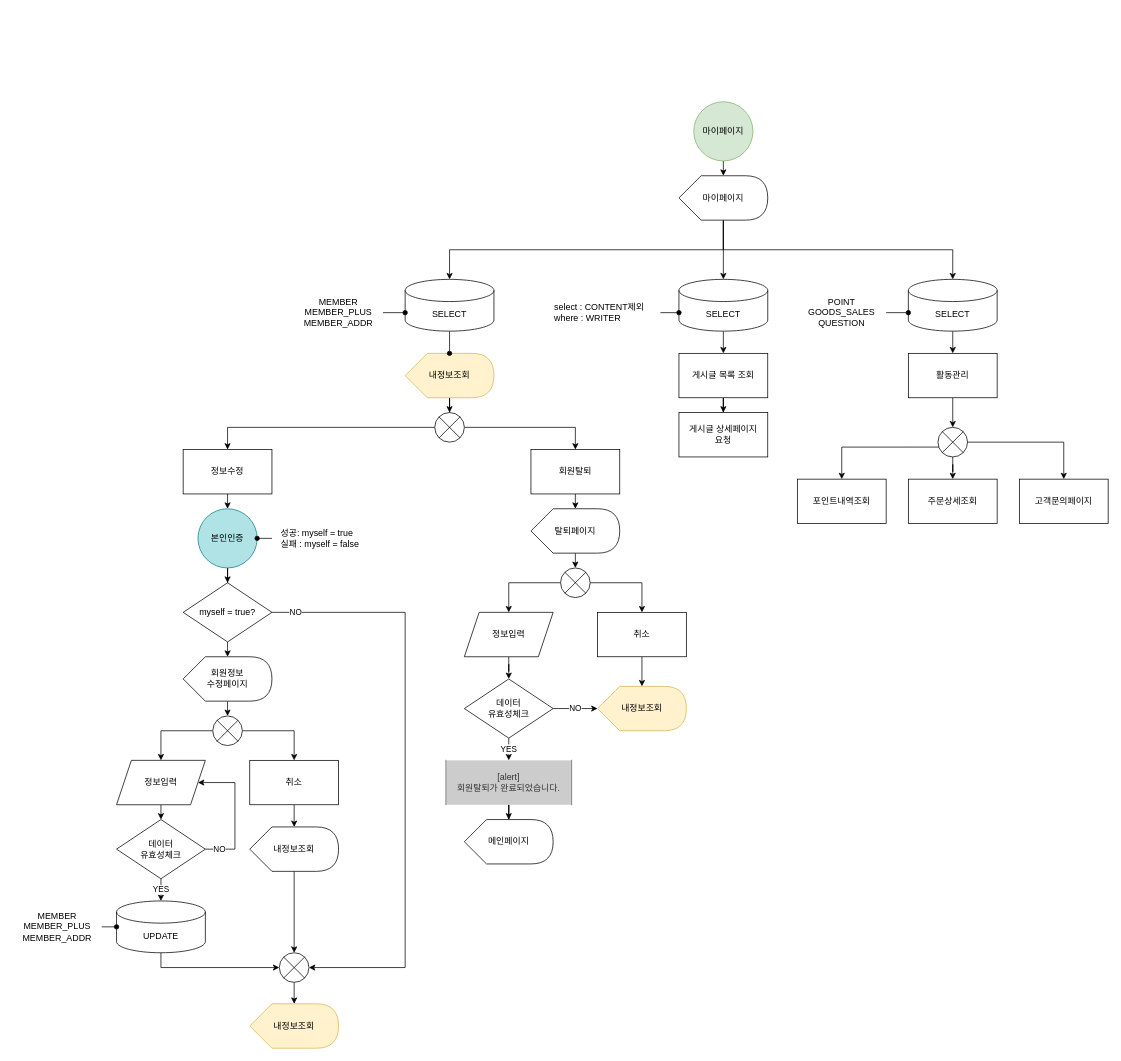
Earlier version of the draw.io diagram page "마이페이지" (7 of 8) of 설계/데이터흐름도/회원 flowchart(혜진).drawio (hjkim27/TEAM_Project). Source tidied: cells renumbered, new cells numbered last; positions are measured from the earlier drawing's top-left corner, leaving out a move shared by most shapes. Both pictures are drawn from the tidied source at 74%, with x=0, y=0 at pixel (13, 101).
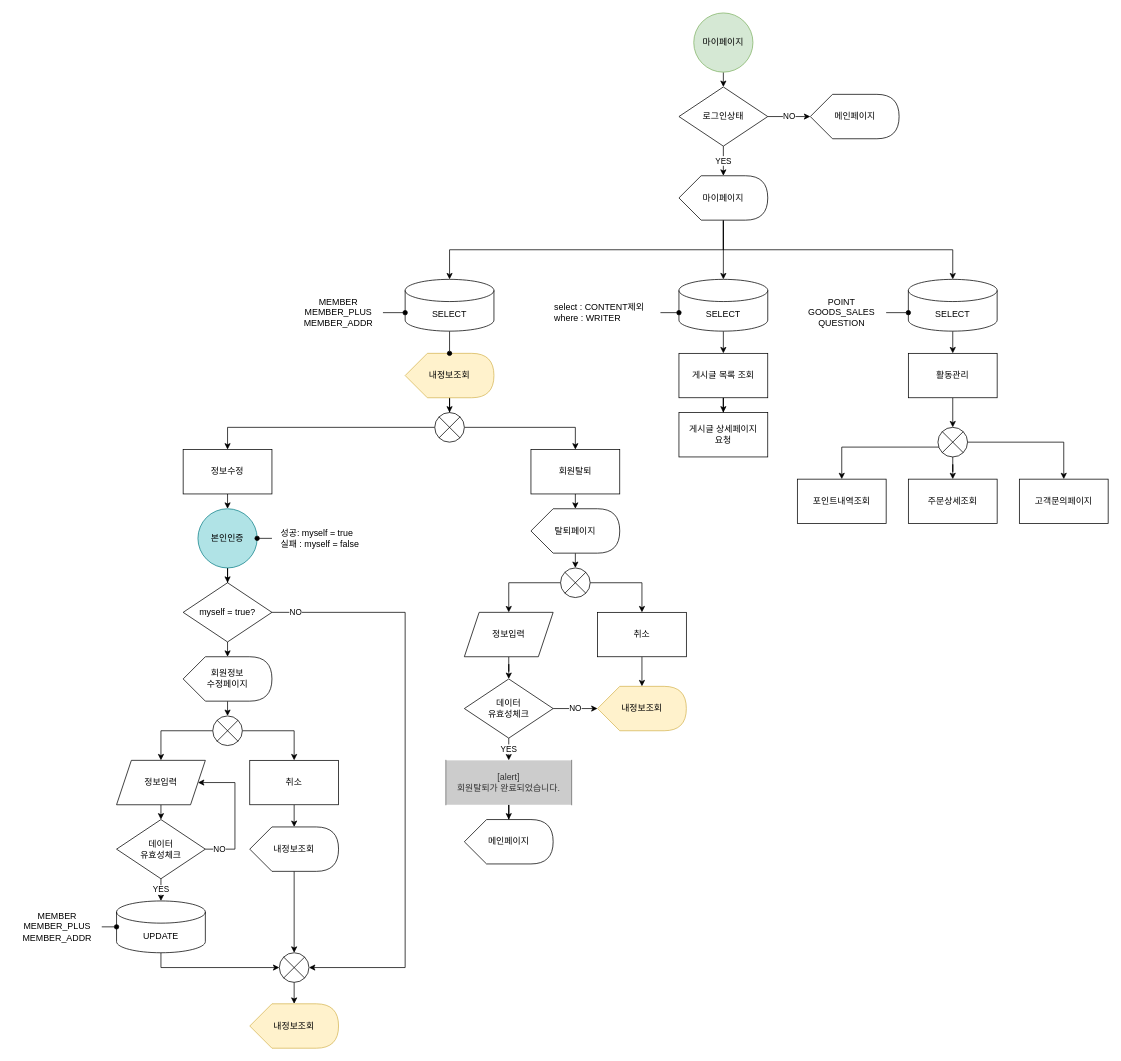
The same page after the edit.

The change refers to these unchanged cells:
```xml
<mxCell id="36" value="마이페이지" style="shape=display;whiteSpace=wrap;html=1;strokeWidth=1;align=center;" parent="1" vertex="1">
  <mxGeometry x="900" y="100" width="120" height="60" as="geometry" />
</mxCell>
```

The edit, as a diff of the source:
```diff
@@
-    <mxCell id="2" style="edgeStyle=orthogonalEdgeStyle;rounded=0;jettySize=auto;html=1;exitX=0.5;exitY=1;exitDx=0;exitDy=0;entryX=0;entryY=0;entryDx=60;entryDy=0;entryPerimeter=0;endArrow=classic;endFill=1;" parent="1" edge="1" source="3" target="36">
-      <mxGeometry relative="1" as="geometry" />
-    </mxCell>
-    <mxCell id="3" value="마이페이지" style="ellipse;whiteSpace=wrap;html=1;strokeWidth=1;fillColor=#d5e8d4;align=center;verticalAlign=middle;strokeColor=#82b366;" parent="1" vertex="1">
-      <mxGeometry x="920" width="80" height="80" as="geometry" />
-    </mxCell>
@@
+    <mxCell id="85" style="edgeStyle=orthogonalEdgeStyle;rounded=0;jettySize=auto;html=1;exitX=0.5;exitY=1;exitDx=0;exitDy=0;entryX=0.5;entryY=0;entryDx=0;entryDy=0;endArrow=classic;endFill=1;" parent="1" edge="1" source="3" target="88">
+      <mxGeometry relative="1" as="geometry" />
+    </mxCell>
+    <mxCell id="3" value="마이페이지" style="ellipse;whiteSpace=wrap;html=1;strokeWidth=1;fillColor=#d5e8d4;align=center;verticalAlign=middle;strokeColor=#82b366;" parent="1" vertex="1">
+      <mxGeometry x="920" y="-120" width="80" height="80" as="geometry" />
+    </mxCell>
+    <mxCell id="86" value="NO" style="edgeStyle=orthogonalEdgeStyle;rounded=0;jettySize=auto;html=1;entryX=0;entryY=0.5;entryDx=0;entryDy=0;entryPerimeter=0;" parent="1" edge="1" source="88" target="89">
+      <mxGeometry relative="1" as="geometry" />
+    </mxCell>
+    <mxCell id="87" value="YES" style="edgeStyle=orthogonalEdgeStyle;rounded=0;jettySize=auto;html=1;exitX=0.5;exitY=1;exitDx=0;exitDy=0;entryX=0;entryY=0;entryDx=60.000000000000014;entryDy=0;entryPerimeter=0;endArrow=classic;endFill=1;" parent="1" edge="1" source="88" target="36">
+      <mxGeometry relative="1" as="geometry" />
+    </mxCell>
+    <mxCell id="88" value="로그인상태" style="rhombus;whiteSpace=wrap;html=1;" parent="1" vertex="1">
+      <mxGeometry x="900" y="-20" width="120" height="80" as="geometry" />
+    </mxCell>
+    <mxCell id="89" value="메인페이지" style="shape=display;whiteSpace=wrap;html=1;strokeWidth=1;" parent="1" vertex="1">
+      <mxGeometry x="1077.5" y="-10" width="120" height="60" as="geometry" />
+    </mxCell>
```
